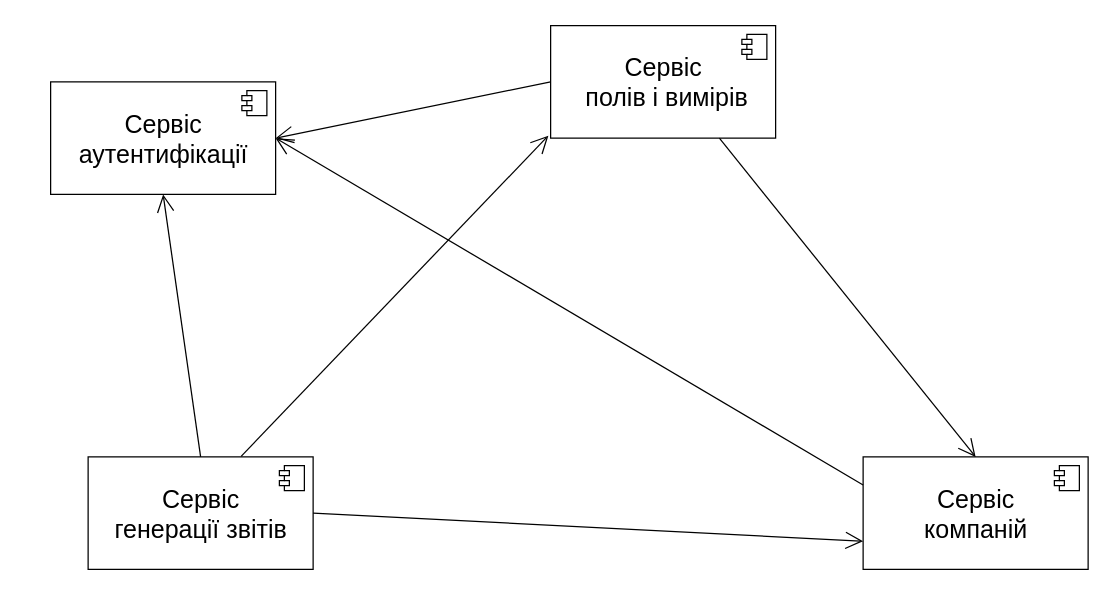
Earlier version of the draw.io diagram system_structure.drawio (maksouth/cloud-gis-design). Source tidied: cells renumbered, new cells numbered last; positions are measured from the earlier drawing's top-left corner, leaving out a move shared by most shapes. Both pictures are drawn from the tidied source at 125%, with x=0, y=0 at pixel (50, 25).
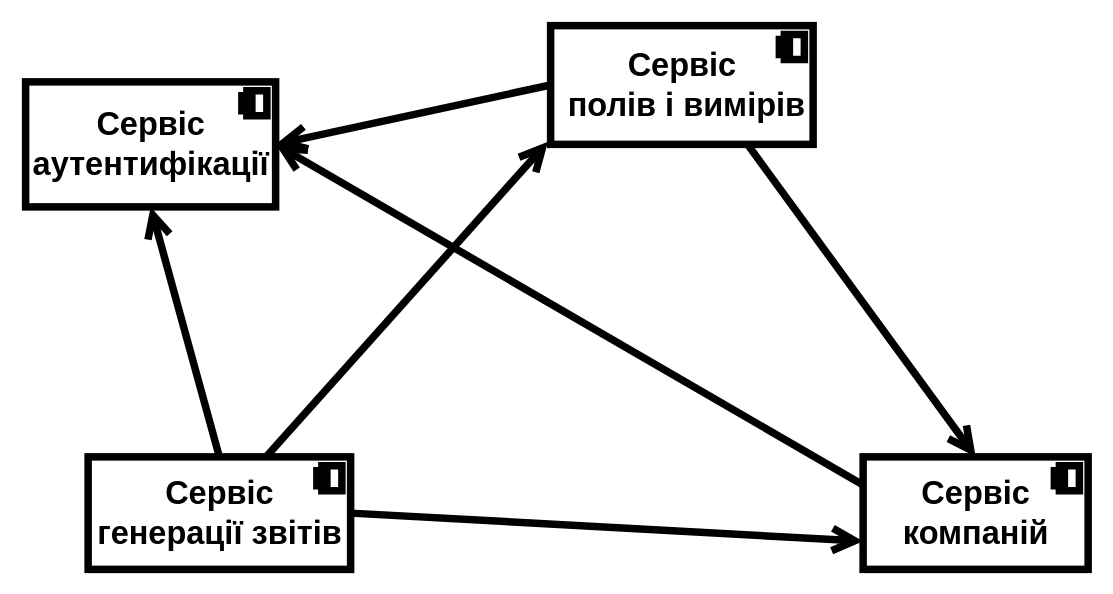
Above is the later version.

What changed in the source:
```diff
@@
 <mxGraphModel>
   <root>
     <mxCell id="0" />
     <mxCell id="1" parent="0" />
-    <mxCell id="2" value="&lt;font style=&quot;font-size: 20px&quot;&gt;Сервіс &lt;br&gt;генерації звітів&lt;/font&gt;&lt;br&gt;" style="html=1;" parent="1" vertex="1">
-      <mxGeometry x="30" y="345" width="180" height="90" as="geometry" />
+    <mxCell id="2" value="&lt;font style=&quot;font-size: 26px;&quot;&gt;Сервіс &lt;br style=&quot;font-size: 26px;&quot;&gt;генерації звітів&lt;/font&gt;&lt;br style=&quot;font-size: 26px;&quot;&gt;" style="html=1;strokeWidth=6;fontSize=26;fontStyle=1;" parent="1" vertex="1">
+      <mxGeometry x="30" y="345" width="210" height="90" as="geometry" />
     </mxCell>
-    <mxCell id="3" style="shape=component;jettyWidth=8;jettyHeight=4;" parent="2" vertex="1">
+    <mxCell id="3" style="shape=component;jettyWidth=8;jettyHeight=4;strokeWidth=6;fontSize=26;fontStyle=1;" parent="2" vertex="1">
       <mxGeometry x="1" width="20" height="20" relative="1" as="geometry">
         <mxPoint x="-27" y="7" as="offset" />
       </mxGeometry>
     </mxCell>
-    <mxCell id="4" value="&lt;font style=&quot;font-size: 20px&quot;&gt;Сервіс &lt;br&gt;компаній&lt;/font&gt;&lt;br&gt;" style="html=1;" parent="1" vertex="1">
+    <mxCell id="4" value="&lt;font style=&quot;font-size: 26px;&quot;&gt;Сервіс &lt;br style=&quot;font-size: 26px;&quot;&gt;компаній&lt;/font&gt;&lt;br style=&quot;font-size: 26px;&quot;&gt;" style="html=1;strokeWidth=6;fontSize=26;fontStyle=1;" parent="1" vertex="1">
       <mxGeometry x="650" y="345" width="180" height="90" as="geometry" />
     </mxCell>
-    <mxCell id="5" style="shape=component;jettyWidth=8;jettyHeight=4;" parent="4" vertex="1">
+    <mxCell id="5" style="shape=component;jettyWidth=8;jettyHeight=4;strokeWidth=6;fontSize=26;fontStyle=1;" parent="4" vertex="1">
       <mxGeometry x="1" width="20" height="20" relative="1" as="geometry">
         <mxPoint x="-27" y="7" as="offset" />
       </mxGeometry>
     </mxCell>
-    <mxCell id="6" value="&lt;font style=&quot;font-size: 20px&quot;&gt;Сервіс&lt;br&gt;&amp;nbsp;полів і вимірів&lt;/font&gt;&lt;br&gt;" style="html=1;" parent="1" vertex="1">
-      <mxGeometry x="400" width="180" height="90" as="geometry" />
+    <mxCell id="6" value="&lt;font style=&quot;font-size: 26px;&quot;&gt;Сервіс&lt;br style=&quot;font-size: 26px;&quot;&gt;&amp;nbsp;полів і вимірів&lt;/font&gt;&lt;br style=&quot;font-size: 26px;&quot;&gt;" style="html=1;strokeWidth=6;fontSize=26;fontStyle=1;" parent="1" vertex="1">
+      <mxGeometry x="400" width="210" height="95" as="geometry" />
     </mxCell>
-    <mxCell id="7" style="shape=component;jettyWidth=8;jettyHeight=4;" parent="6" vertex="1">
+    <mxCell id="7" style="shape=component;jettyWidth=8;jettyHeight=4;strokeWidth=6;fontSize=26;fontStyle=1;" parent="6" vertex="1">
       <mxGeometry x="1" width="20" height="20" relative="1" as="geometry">
         <mxPoint x="-27" y="7" as="offset" />
       </mxGeometry>
     </mxCell>
-    <mxCell id="8" value="&lt;font style=&quot;font-size: 20px&quot;&gt;Сервіс &lt;br&gt;аутентифікації&lt;/font&gt;&lt;br&gt;" style="html=1;" parent="1" vertex="1">
-      <mxGeometry y="45" width="180" height="90" as="geometry" />
+    <mxCell id="8" value="&lt;font style=&quot;font-size: 26px;&quot;&gt;Сервіс &lt;br style=&quot;font-size: 26px;&quot;&gt;аутентифікації&lt;/font&gt;&lt;br style=&quot;font-size: 26px;&quot;&gt;" style="html=1;strokeWidth=6;fontSize=26;fontStyle=1;" parent="1" vertex="1">
+      <mxGeometry x="-20" y="45" width="200" height="100" as="geometry" />
     </mxCell>
-    <mxCell id="9" style="shape=component;jettyWidth=8;jettyHeight=4;" parent="8" vertex="1">
+    <mxCell id="9" style="shape=component;jettyWidth=8;jettyHeight=4;strokeWidth=6;fontSize=26;fontStyle=1;" parent="8" vertex="1">
       <mxGeometry x="1" width="20" height="20" relative="1" as="geometry">
         <mxPoint x="-27" y="7" as="offset" />
       </mxGeometry>
     </mxCell>
-    <mxCell id="10" style="endArrow=open;endFill=1;endSize=12;html=1;exitX=0.5;exitY=0;exitDx=0;exitDy=0;entryX=0.5;entryY=1;entryDx=0;entryDy=0;" parent="1" edge="1" source="2" target="8">
+    <mxCell id="10" style="endArrow=open;endFill=1;endSize=12;html=1;exitX=0.5;exitY=0;exitDx=0;exitDy=0;entryX=0.5;entryY=1;entryDx=0;entryDy=0;strokeWidth=6;fontSize=26;fontStyle=1;" parent="1" edge="1" source="2" target="8">
       <mxGeometry relative="1" as="geometry" />
     </mxCell>
-    <mxCell id="11" style="endArrow=open;endFill=1;endSize=12;html=1;exitX=0.75;exitY=1;exitDx=0;exitDy=0;entryX=0.5;entryY=0;entryDx=0;entryDy=0;" parent="1" edge="1" source="6" target="4">
+    <mxCell id="11" style="endArrow=open;endFill=1;endSize=12;html=1;exitX=0.75;exitY=1;exitDx=0;exitDy=0;entryX=0.5;entryY=0;entryDx=0;entryDy=0;strokeWidth=6;fontSize=26;fontStyle=1;" parent="1" edge="1" source="6" target="4">
       <mxGeometry relative="1" as="geometry" />
     </mxCell>
-    <mxCell id="12" style="endArrow=open;endFill=1;endSize=12;html=1;exitX=1;exitY=0.5;exitDx=0;exitDy=0;entryX=0;entryY=0.75;entryDx=0;entryDy=0;" parent="1" edge="1" source="2" target="4">
+    <mxCell id="12" style="endArrow=open;endFill=1;endSize=12;html=1;exitX=1;exitY=0.5;exitDx=0;exitDy=0;entryX=0;entryY=0.75;entryDx=0;entryDy=0;strokeWidth=6;fontSize=26;fontStyle=1;" parent="1" edge="1" source="2" target="4">
       <mxGeometry relative="1" as="geometry" />
     </mxCell>
-    <mxCell id="13" style="endArrow=open;endFill=1;endSize=12;html=1;exitX=0.68;exitY=-0.005;exitDx=0;exitDy=0;entryX=-0.01;entryY=0.978;entryDx=0;entryDy=0;entryPerimeter=0;exitPerimeter=0;" parent="1" edge="1" source="2" target="6">
+    <mxCell id="13" style="endArrow=open;endFill=1;endSize=12;html=1;exitX=0.68;exitY=-0.005;exitDx=0;exitDy=0;entryX=-0.01;entryY=0.978;entryDx=0;entryDy=0;entryPerimeter=0;exitPerimeter=0;strokeWidth=6;fontSize=26;fontStyle=1;" parent="1" edge="1" source="2" target="6">
       <mxGeometry relative="1" as="geometry" />
     </mxCell>
-    <mxCell id="14" style="endArrow=open;endFill=1;endSize=12;html=1;exitX=0;exitY=0.5;exitDx=0;exitDy=0;entryX=1;entryY=0.5;entryDx=0;entryDy=0;" parent="1" edge="1" source="6" target="8">
+    <mxCell id="14" style="endArrow=open;endFill=1;endSize=12;html=1;exitX=0;exitY=0.5;exitDx=0;exitDy=0;entryX=1;entryY=0.5;entryDx=0;entryDy=0;strokeWidth=6;fontSize=26;fontStyle=1;" parent="1" edge="1" source="6" target="8">
       <mxGeometry relative="1" as="geometry" />
     </mxCell>
-    <mxCell id="15" style="endArrow=open;endFill=1;endSize=12;html=1;exitX=0;exitY=0.25;exitDx=0;exitDy=0;entryX=1;entryY=0.5;entryDx=0;entryDy=0;" parent="1" edge="1" source="4" target="8">
+    <mxCell id="15" style="endArrow=open;endFill=1;endSize=12;html=1;exitX=0;exitY=0.25;exitDx=0;exitDy=0;entryX=1;entryY=0.5;entryDx=0;entryDy=0;strokeWidth=6;fontSize=26;fontStyle=1;" parent="1" edge="1" source="4" target="8">
       <mxGeometry relative="1" as="geometry" />
     </mxCell>
   </root>
 </mxGraphModel>
```
